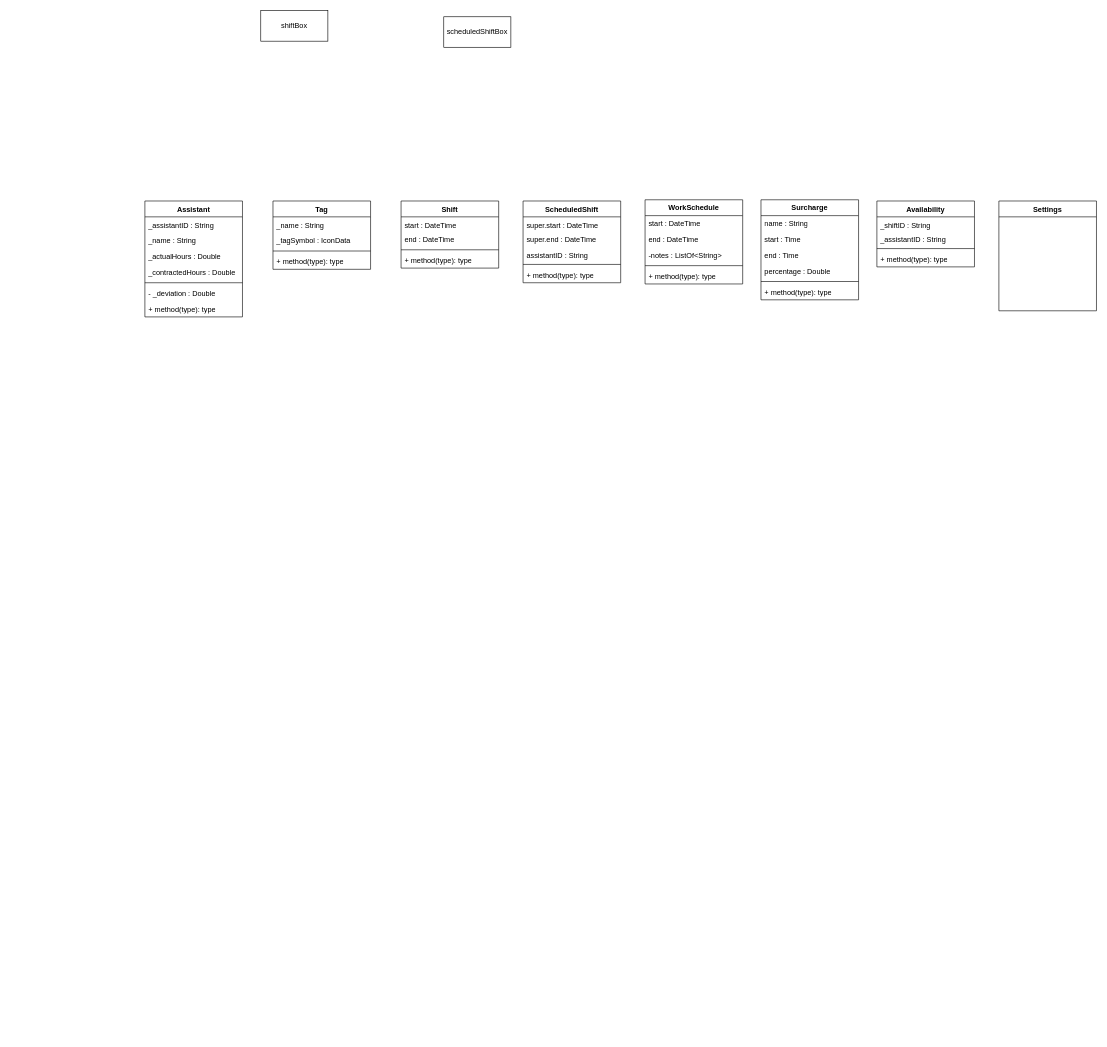
This is 4_Entwurf/4_UML/4_UML_Klassendiagramme/Klassendiagramm_Feinentwurf.drawio from annikalenneper/praxisprojekt_mi_bachelor_SoSe24, a draw.io file, before an edit. Source tidied: cells renumbered, new cells numbered last; positions are measured from the earlier drawing's top-left corner, leaving out a move shared by most shapes. Both pictures are drawn from the tidied source at 61%, with x=0, y=0 at pixel (145, 10).
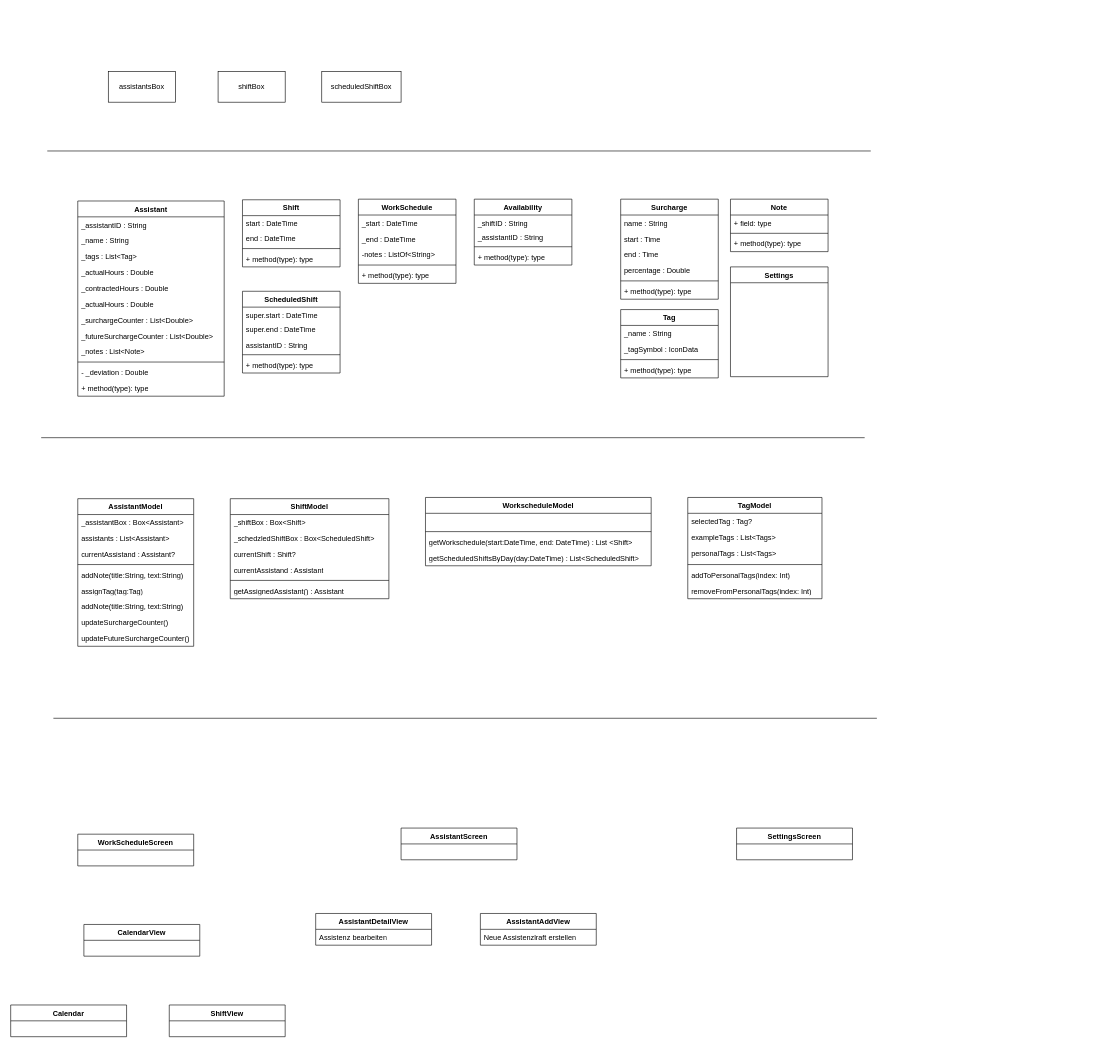
The same page after the edit.

Change to the diagram source:
```diff
@@
     <mxCell id="2" value="Settings" style="swimlane;fontStyle=1;align=center;verticalAlign=top;horizontal=1;startSize=26;rounded=0;shadow=0;strokeWidth=1;" parent="1" vertex="1">
-      <mxGeometry x="1400" y="312" width="160" height="180" as="geometry" />
+      <mxGeometry x="960" y="420" width="160" height="180" as="geometry" />
     </mxCell>
     <mxCell id="3" value="&lt;span style=&quot;text-wrap-mode: nowrap;&quot;&gt;Surcharge&lt;/span&gt;" style="swimlane;fontStyle=1;align=center;verticalAlign=top;horizontal=1;startSize=26;whiteSpace=wrap;html=1;" parent="1" vertex="1">
-      <mxGeometry x="1010" y="310" width="160" height="164" as="geometry" />
+      <mxGeometry x="780" y="309" width="160" height="164" as="geometry" />
     </mxCell>
@@
     <mxCell id="10" value="WorkSchedule" style="swimlane;fontStyle=1;align=center;verticalAlign=top;horizontal=1;startSize=26;whiteSpace=wrap;html=1;" parent="1" vertex="1">
-      <mxGeometry x="820" y="310" width="160" height="138" as="geometry" />
+      <mxGeometry x="350" y="309" width="160" height="138" as="geometry" />
     </mxCell>
-    <mxCell id="11" value="start : DateTime " style="text;align=left;verticalAlign=top;spacingLeft=4;spacingRight=4;overflow=hidden;rounded=0;shadow=0;html=0;" parent="10" vertex="1">
+    <mxCell id="11" value="_start : DateTime " style="text;align=left;verticalAlign=top;spacingLeft=4;spacingRight=4;overflow=hidden;rounded=0;shadow=0;html=0;" parent="10" vertex="1">
       <mxGeometry y="26" width="160" height="26" as="geometry" />
     </mxCell>
-    <mxCell id="12" value="end : DateTime" style="text;align=left;verticalAlign=top;spacingLeft=4;spacingRight=4;overflow=hidden;rounded=0;shadow=0;html=0;" parent="10" vertex="1">
+    <mxCell id="12" value="_end : DateTime" style="text;align=left;verticalAlign=top;spacingLeft=4;spacingRight=4;overflow=hidden;rounded=0;shadow=0;html=0;" parent="10" vertex="1">
       <mxGeometry y="52" width="160" height="26" as="geometry" />
     </mxCell>
@@
     <mxCell id="16" value="Shift" style="swimlane;fontStyle=1;align=center;verticalAlign=top;horizontal=1;startSize=26;whiteSpace=wrap;html=1;" parent="1" vertex="1">
-      <mxGeometry x="420" y="312" width="160" height="110" as="geometry" />
+      <mxGeometry x="160" y="310" width="160" height="110" as="geometry" />
     </mxCell>
@@
     <mxCell id="21" value="ScheduledShift" style="swimlane;fontStyle=1;align=center;verticalAlign=top;horizontal=1;startSize=26;whiteSpace=wrap;html=1;" parent="1" vertex="1">
-      <mxGeometry x="620" y="312" width="160" height="134" as="geometry" />
+      <mxGeometry x="160" y="460" width="160" height="134" as="geometry" />
     </mxCell>
@@
     <mxCell id="27" value="Tag" style="swimlane;fontStyle=1;align=center;verticalAlign=top;horizontal=1;startSize=26;whiteSpace=wrap;html=1;" parent="1" vertex="1">
-      <mxGeometry x="210" y="312" width="160" height="112" as="geometry" />
+      <mxGeometry x="780" y="490" width="160" height="112" as="geometry" />
     </mxCell>
@@
     <mxCell id="32" value="Assistant" style="swimlane;fontStyle=1;align=center;verticalAlign=top;horizontal=1;startSize=26;whiteSpace=wrap;html=1;" parent="1" vertex="1">
-      <mxGeometry y="312" width="160" height="190" as="geometry" />
+      <mxGeometry x="-110" y="312" width="240" height="320" as="geometry" />
     </mxCell>
     <mxCell id="33" value="_assistantID : String" style="text;align=left;verticalAlign=top;spacingLeft=4;spacingRight=4;overflow=hidden;" parent="32" vertex="1">
-      <mxGeometry y="26" width="160" height="26" as="geometry" />
+      <mxGeometry y="26" width="240" height="26" as="geometry" />
     </mxCell>
     <mxCell id="34" value="_name : String" style="text;align=left;verticalAlign=top;spacingLeft=4;spacingRight=4;overflow=hidden;rounded=0;shadow=0;html=0;" parent="32" vertex="1">
-      <mxGeometry y="52" width="160" height="26" as="geometry" />
+      <mxGeometry y="52" width="240" height="26" as="geometry" />
     </mxCell>
+    <mxCell id="47" value="_tags : List&lt;Tag&gt;" style="text;align=left;verticalAlign=top;spacingLeft=4;spacingRight=4;overflow=hidden;rounded=0;shadow=0;html=0;" parent="32" vertex="1">
+      <mxGeometry y="78" width="240" height="26" as="geometry" />
+    </mxCell>
     <mxCell id="35" value="_actualHours : Double" style="text;align=left;verticalAlign=top;spacingLeft=4;spacingRight=4;overflow=hidden;rounded=0;shadow=0;html=0;" parent="32" vertex="1">
-      <mxGeometry y="78" width="160" height="26" as="geometry" />
+      <mxGeometry y="104" width="240" height="26" as="geometry" />
     </mxCell>
     <mxCell id="36" value="_contractedHours : Double" style="text;align=left;verticalAlign=top;spacingLeft=4;spacingRight=4;overflow=hidden;rounded=0;shadow=0;html=0;" parent="32" vertex="1">
-      <mxGeometry y="104" width="160" height="26" as="geometry" />
+      <mxGeometry y="130" width="240" height="26" as="geometry" />
     </mxCell>
+    <mxCell id="48" value="_actualHours : Double" style="text;align=left;verticalAlign=top;spacingLeft=4;spacingRight=4;overflow=hidden;rounded=0;shadow=0;html=0;" parent="32" vertex="1">
+      <mxGeometry y="156" width="240" height="26" as="geometry" />
+    </mxCell>
+    <mxCell id="49" value="_surchargeCounter : List&lt;Double&gt;" style="text;align=left;verticalAlign=top;spacingLeft=4;spacingRight=4;overflow=hidden;rounded=0;shadow=0;html=0;" parent="32" vertex="1">
+      <mxGeometry y="182" width="240" height="26" as="geometry" />
+    </mxCell>
+    <mxCell id="50" value="_futureSurchargeCounter : List&lt;Double&gt;" style="text;align=left;verticalAlign=top;spacingLeft=4;spacingRight=4;overflow=hidden;rounded=0;shadow=0;html=0;" parent="32" vertex="1">
+      <mxGeometry y="208" width="240" height="26" as="geometry" />
+    </mxCell>
+    <mxCell id="51" value="_notes : List&lt;Note&gt;" style="text;align=left;verticalAlign=top;spacingLeft=4;spacingRight=4;overflow=hidden;rounded=0;shadow=0;html=0;" parent="32" vertex="1">
+      <mxGeometry y="234" width="240" height="26" as="geometry" />
+    </mxCell>
     <mxCell id="37" style="line;strokeWidth=1;fillColor=none;align=left;verticalAlign=middle;spacingTop=-1;spacingLeft=3;spacingRight=3;labelPosition=right;strokeColor=inherit;" parent="32" vertex="1">
-      <mxGeometry y="130" width="160" height="8" as="geometry" />
+      <mxGeometry y="260" width="240" height="8" as="geometry" />
     </mxCell>
     <mxCell id="38" value="- _deviation : Double" style="text;align=left;verticalAlign=top;spacingLeft=4;spacingRight=4;overflow=hidden;rounded=0;shadow=0;html=0;" parent="32" vertex="1">
-      <mxGeometry y="138" width="160" height="26" as="geometry" />
+      <mxGeometry y="268" width="240" height="26" as="geometry" />
     </mxCell>
     <mxCell id="39" value="+ method(type): type" style="text;strokeColor=none;fillColor=none;align=left;verticalAlign=top;spacingLeft=4;spacingRight=4;overflow=hidden;whiteSpace=wrap;html=1;" parent="32" vertex="1">
-      <mxGeometry y="164" width="160" height="26" as="geometry" />
+      <mxGeometry y="294" width="240" height="26" as="geometry" />
     </mxCell>
     <mxCell id="40" value="Availability" style="swimlane;fontStyle=1;align=center;verticalAlign=top;horizontal=1;startSize=26;whiteSpace=wrap;html=1;" parent="1" vertex="1">
-      <mxGeometry x="1200" y="312" width="160" height="108" as="geometry" />
+      <mxGeometry x="540" y="309" width="160" height="108" as="geometry" />
     </mxCell>
@@
     <mxCell id="45" value="shiftBox" style="html=1;whiteSpace=wrap;" parent="1" vertex="1">
-      <mxGeometry x="190" width="110" height="50" as="geometry" />
+      <mxGeometry x="120" y="100" width="110" height="50" as="geometry" />
     </mxCell>
     <mxCell id="46" value="scheduledShiftBox" style="html=1;whiteSpace=wrap;" parent="1" vertex="1">
-      <mxGeometry x="490" y="10" width="110" height="50" as="geometry" />
+      <mxGeometry x="290" y="100" width="130" height="50" as="geometry" />
     </mxCell>
+    <mxCell id="52" value="assistantsBox" style="html=1;whiteSpace=wrap;" parent="1" vertex="1">
+      <mxGeometry x="-60" y="100" width="110" height="50" as="geometry" />
+    </mxCell>
+    <mxCell id="53" value="AssistantModel" style="swimlane;fontStyle=1;align=center;verticalAlign=top;horizontal=1;startSize=26;whiteSpace=wrap;html=1;" parent="1" vertex="1">
+      <mxGeometry x="-110" y="800" width="190" height="242" as="geometry" />
+    </mxCell>
+    <mxCell id="54" value="_assistantBox : Box&amp;lt;Assistant&amp;gt;" style="text;strokeColor=none;fillColor=none;align=left;verticalAlign=top;spacingLeft=4;spacingRight=4;overflow=hidden;whiteSpace=wrap;html=1;" parent="53" vertex="1">
+      <mxGeometry y="26" width="190" height="26" as="geometry" />
+    </mxCell>
+    <mxCell id="55" value="assistants : List&amp;lt;Assistant&amp;gt;" style="text;strokeColor=none;fillColor=none;align=left;verticalAlign=top;spacingLeft=4;spacingRight=4;overflow=hidden;whiteSpace=wrap;html=1;" parent="53" vertex="1">
+      <mxGeometry y="52" width="190" height="26" as="geometry" />
+    </mxCell>
+    <mxCell id="56" value="currentAssistand : Assistant?" style="text;strokeColor=none;fillColor=none;align=left;verticalAlign=top;spacingLeft=4;spacingRight=4;overflow=hidden;whiteSpace=wrap;html=1;" parent="53" vertex="1">
+      <mxGeometry y="78" width="190" height="26" as="geometry" />
+    </mxCell>
+    <mxCell id="57" style="line;strokeWidth=1;fillColor=none;align=left;verticalAlign=middle;spacingTop=-1;spacingLeft=3;spacingRight=3;labelPosition=right;strokeColor=inherit;" parent="53" vertex="1">
+      <mxGeometry y="104" width="190" height="8" as="geometry" />
+    </mxCell>
+    <mxCell id="58" value="addNote(title:String, text:String)" style="text;strokeColor=none;fillColor=none;align=left;verticalAlign=top;spacingLeft=4;spacingRight=4;overflow=hidden;whiteSpace=wrap;html=1;" parent="53" vertex="1">
+      <mxGeometry y="112" width="190" height="26" as="geometry" />
+    </mxCell>
+    <mxCell id="59" value="assignTag(tag:Tag)" style="text;strokeColor=none;fillColor=none;align=left;verticalAlign=top;spacingLeft=4;spacingRight=4;overflow=hidden;whiteSpace=wrap;html=1;" parent="53" vertex="1">
+      <mxGeometry y="138" width="190" height="26" as="geometry" />
+    </mxCell>
+    <mxCell id="60" value="addNote(title:String, text:String)" style="text;strokeColor=none;fillColor=none;align=left;verticalAlign=top;spacingLeft=4;spacingRight=4;overflow=hidden;whiteSpace=wrap;html=1;" parent="53" vertex="1">
+      <mxGeometry y="164" width="190" height="26" as="geometry" />
+    </mxCell>
+    <mxCell id="61" value="updateSurchargeCounter()" style="text;strokeColor=none;fillColor=none;align=left;verticalAlign=top;spacingLeft=4;spacingRight=4;overflow=hidden;whiteSpace=wrap;html=1;" parent="53" vertex="1">
+      <mxGeometry y="190" width="190" height="26" as="geometry" />
+    </mxCell>
+    <mxCell id="62" value="updateFutureSurchargeCounter()" style="text;strokeColor=none;fillColor=none;align=left;verticalAlign=top;spacingLeft=4;spacingRight=4;overflow=hidden;whiteSpace=wrap;html=1;" parent="53" vertex="1">
+      <mxGeometry y="216" width="190" height="26" as="geometry" />
+    </mxCell>
+    <mxCell id="63" value="Note" style="swimlane;fontStyle=1;align=center;verticalAlign=top;horizontal=1;startSize=26;whiteSpace=wrap;html=1;" parent="1" vertex="1">
+      <mxGeometry x="960" y="309" width="160" height="86" as="geometry" />
+    </mxCell>
+    <mxCell id="64" value="+ field: type" style="text;strokeColor=none;fillColor=none;align=left;verticalAlign=top;spacingLeft=4;spacingRight=4;overflow=hidden;whiteSpace=wrap;html=1;" parent="63" vertex="1">
+      <mxGeometry y="26" width="160" height="26" as="geometry" />
+    </mxCell>
+    <mxCell id="65" style="line;strokeWidth=1;fillColor=none;align=left;verticalAlign=middle;spacingTop=-1;spacingLeft=3;spacingRight=3;labelPosition=right;strokeColor=inherit;" parent="63" vertex="1">
+      <mxGeometry y="52" width="160" height="8" as="geometry" />
+    </mxCell>
+    <mxCell id="66" value="+ method(type): type" style="text;strokeColor=none;fillColor=none;align=left;verticalAlign=top;spacingLeft=4;spacingRight=4;overflow=hidden;whiteSpace=wrap;html=1;" parent="63" vertex="1">
+      <mxGeometry y="60" width="160" height="26" as="geometry" />
+    </mxCell>
+    <mxCell id="67" value="ShiftModel" style="swimlane;fontStyle=1;align=center;verticalAlign=top;horizontal=1;startSize=26;whiteSpace=wrap;html=1;" parent="1" vertex="1">
+      <mxGeometry x="140" y="800" width="260" height="164" as="geometry" />
+    </mxCell>
+    <mxCell id="68" value="_shiftBox : Box&amp;lt;Shift&amp;gt;" style="text;strokeColor=none;fillColor=none;align=left;verticalAlign=top;spacingLeft=4;spacingRight=4;overflow=hidden;whiteSpace=wrap;html=1;" parent="67" vertex="1">
+      <mxGeometry y="26" width="260" height="26" as="geometry" />
+    </mxCell>
+    <mxCell id="69" value="_schedzledShiftBox : Box&amp;lt;ScheduledShift&amp;gt;" style="text;strokeColor=none;fillColor=none;align=left;verticalAlign=top;spacingLeft=4;spacingRight=4;overflow=hidden;whiteSpace=wrap;html=1;" parent="67" vertex="1">
+      <mxGeometry y="52" width="260" height="26" as="geometry" />
+    </mxCell>
+    <mxCell id="70" value="currentShift : Shift?" style="text;strokeColor=none;fillColor=none;align=left;verticalAlign=top;spacingLeft=4;spacingRight=4;overflow=hidden;whiteSpace=wrap;html=1;" parent="67" vertex="1">
+      <mxGeometry y="78" width="260" height="26" as="geometry" />
+    </mxCell>
+    <mxCell id="71" value="currentAssistand : Assistant" style="text;strokeColor=none;fillColor=none;align=left;verticalAlign=top;spacingLeft=4;spacingRight=4;overflow=hidden;whiteSpace=wrap;html=1;" parent="67" vertex="1">
+      <mxGeometry y="104" width="260" height="26" as="geometry" />
+    </mxCell>
+    <mxCell id="72" style="line;strokeWidth=1;fillColor=none;align=left;verticalAlign=middle;spacingTop=-1;spacingLeft=3;spacingRight=3;labelPosition=right;strokeColor=inherit;" parent="67" vertex="1">
+      <mxGeometry y="130" width="260" height="8" as="geometry" />
+    </mxCell>
+    <mxCell id="73" value="getAssignedAssistant() : Assistant" style="text;strokeColor=none;fillColor=none;align=left;verticalAlign=top;spacingLeft=4;spacingRight=4;overflow=hidden;whiteSpace=wrap;html=1;" parent="67" vertex="1">
+      <mxGeometry y="138" width="260" height="26" as="geometry" />
+    </mxCell>
+    <mxCell id="74" value="WorkscheduleModel" style="swimlane;fontStyle=1;align=center;verticalAlign=top;horizontal=1;startSize=26;whiteSpace=wrap;html=1;" parent="1" vertex="1">
+      <mxGeometry x="460" y="798" width="370" height="112" as="geometry" />
+    </mxCell>
+    <mxCell id="75" value="&amp;nbsp;&amp;nbsp;" style="text;strokeColor=none;fillColor=none;align=left;verticalAlign=top;spacingLeft=4;spacingRight=4;overflow=hidden;whiteSpace=wrap;html=1;" parent="74" vertex="1">
+      <mxGeometry y="26" width="370" height="26" as="geometry" />
+    </mxCell>
+    <mxCell id="76" style="line;strokeWidth=1;fillColor=none;align=left;verticalAlign=middle;spacingTop=-1;spacingLeft=3;spacingRight=3;labelPosition=right;strokeColor=inherit;" parent="74" vertex="1">
+      <mxGeometry y="52" width="370" height="8" as="geometry" />
+    </mxCell>
+    <mxCell id="77" value="getWorkschedule(start:DateTime, end: DateTime) : List &amp;lt;Shift&amp;gt;" style="text;strokeColor=none;fillColor=none;align=left;verticalAlign=top;spacingLeft=4;spacingRight=4;overflow=hidden;whiteSpace=wrap;html=1;" parent="74" vertex="1">
+      <mxGeometry y="60" width="370" height="26" as="geometry" />
+    </mxCell>
+    <mxCell id="78" value="getScheduledShiftsByDay(day:DateTime) : List&amp;lt;ScheduledShift&amp;gt;" style="text;strokeColor=none;fillColor=none;align=left;verticalAlign=top;spacingLeft=4;spacingRight=4;overflow=hidden;whiteSpace=wrap;html=1;" parent="74" vertex="1">
+      <mxGeometry y="86" width="370" height="26" as="geometry" />
+    </mxCell>
+    <mxCell id="79" value="TagModel" style="swimlane;fontStyle=1;align=center;verticalAlign=top;horizontal=1;startSize=26;whiteSpace=wrap;html=1;" parent="1" vertex="1">
+      <mxGeometry x="890" y="798" width="220" height="166" as="geometry" />
+    </mxCell>
+    <mxCell id="80" value="selectedTag : Tag?" style="text;align=left;verticalAlign=top;spacingLeft=4;spacingRight=4;overflow=hidden;rounded=0;shadow=0;html=0;" parent="79" vertex="1">
+      <mxGeometry y="26" width="220" height="26" as="geometry" />
+    </mxCell>
+    <mxCell id="81" value="exampleTags : List&lt;Tags&gt;" style="text;align=left;verticalAlign=top;spacingLeft=4;spacingRight=4;overflow=hidden;rounded=0;shadow=0;html=0;" parent="79" vertex="1">
+      <mxGeometry y="52" width="220" height="26" as="geometry" />
+    </mxCell>
+    <mxCell id="82" value="personalTags : List&lt;Tags&gt;" style="text;align=left;verticalAlign=top;spacingLeft=4;spacingRight=4;overflow=hidden;rounded=0;shadow=0;html=0;" parent="79" vertex="1">
+      <mxGeometry y="78" width="220" height="28" as="geometry" />
+    </mxCell>
+    <mxCell id="83" style="line;strokeWidth=1;fillColor=none;align=left;verticalAlign=middle;spacingTop=-1;spacingLeft=3;spacingRight=3;labelPosition=right;strokeColor=inherit;" parent="79" vertex="1">
+      <mxGeometry y="106" width="220" height="8" as="geometry" />
+    </mxCell>
+    <mxCell id="84" value="addToPersonalTags(index: Int)" style="text;strokeColor=none;fillColor=none;align=left;verticalAlign=top;spacingLeft=4;spacingRight=4;overflow=hidden;whiteSpace=wrap;html=1;" parent="79" vertex="1">
+      <mxGeometry y="114" width="220" height="26" as="geometry" />
+    </mxCell>
+    <mxCell id="85" value="removeFromPersonalTags(index: Int)" style="text;strokeColor=none;fillColor=none;align=left;verticalAlign=top;spacingLeft=4;spacingRight=4;overflow=hidden;whiteSpace=wrap;html=1;" parent="79" vertex="1">
+      <mxGeometry y="140" width="220" height="26" as="geometry" />
+    </mxCell>
+    <mxCell id="86" value="WorkScheduleScreen" style="swimlane;fontStyle=1;align=center;verticalAlign=top;horizontal=1;startSize=26;whiteSpace=wrap;html=1;" parent="1" vertex="1">
+      <mxGeometry x="-110" y="1350" width="190" height="52" as="geometry" />
+    </mxCell>
+    <mxCell id="87" value="CalendarView" style="swimlane;fontStyle=1;align=center;verticalAlign=top;horizontal=1;startSize=26;whiteSpace=wrap;html=1;" parent="1" vertex="1">
+      <mxGeometry x="-100" y="1498" width="190" height="52" as="geometry" />
+    </mxCell>
+    <mxCell id="88" value="Calendar" style="swimlane;fontStyle=1;align=center;verticalAlign=top;horizontal=1;startSize=26;whiteSpace=wrap;html=1;" parent="1" vertex="1">
+      <mxGeometry x="-220" y="1630" width="190" height="52" as="geometry" />
+    </mxCell>
+    <mxCell id="89" value="ShiftView" style="swimlane;fontStyle=1;align=center;verticalAlign=top;horizontal=1;startSize=26;whiteSpace=wrap;html=1;" parent="1" vertex="1">
+      <mxGeometry x="40" y="1630" width="190" height="52" as="geometry" />
+    </mxCell>
+    <mxCell id="90" value="AssistantScreen" style="swimlane;fontStyle=1;align=center;verticalAlign=top;horizontal=1;startSize=26;whiteSpace=wrap;html=1;" parent="1" vertex="1">
+      <mxGeometry x="420" y="1340" width="190" height="52" as="geometry" />
+    </mxCell>
+    <mxCell id="91" value="AssistantDetailView" style="swimlane;fontStyle=1;align=center;verticalAlign=top;horizontal=1;startSize=26;whiteSpace=wrap;html=1;" parent="1" vertex="1">
+      <mxGeometry x="280" y="1480" width="190" height="52" as="geometry" />
+    </mxCell>
+    <mxCell id="92" value="Assistenz bearbeiten" style="text;strokeColor=none;fillColor=none;align=left;verticalAlign=top;spacingLeft=4;spacingRight=4;overflow=hidden;whiteSpace=wrap;html=1;" parent="91" vertex="1">
+      <mxGeometry y="26" width="190" height="26" as="geometry" />
+    </mxCell>
+    <mxCell id="93" value="AssistantAddView" style="swimlane;fontStyle=1;align=center;verticalAlign=top;horizontal=1;startSize=26;whiteSpace=wrap;html=1;" parent="1" vertex="1">
+      <mxGeometry x="550" y="1480" width="190" height="52" as="geometry" />
+    </mxCell>
+    <mxCell id="94" value="Neue Assistenzlraft erstellen" style="text;strokeColor=none;fillColor=none;align=left;verticalAlign=top;spacingLeft=4;spacingRight=4;overflow=hidden;whiteSpace=wrap;html=1;" parent="93" vertex="1">
+      <mxGeometry y="26" width="190" height="26" as="geometry" />
+    </mxCell>
+    <mxCell id="95" style="endArrow=none;html=1;rounded=0;" parent="1" edge="1">
+      <mxGeometry relative="1" as="geometry">
+        <mxPoint x="-150" y="1160" as="sourcePoint" />
+        <mxPoint x="1200" y="1160" as="targetPoint" />
+      </mxGeometry>
+    </mxCell>
+    <mxCell id="96" style="endArrow=none;html=1;rounded=0;" parent="1" edge="1">
+      <mxGeometry relative="1" as="geometry">
+        <mxPoint x="-170" y="700" as="sourcePoint" />
+        <mxPoint x="1180" y="700" as="targetPoint" />
+      </mxGeometry>
+    </mxCell>
+    <mxCell id="97" style="endArrow=none;html=1;rounded=0;" parent="1" edge="1">
+      <mxGeometry relative="1" as="geometry">
+        <mxPoint x="-160" y="230" as="sourcePoint" />
+        <mxPoint x="1190" y="230" as="targetPoint" />
+      </mxGeometry>
+    </mxCell>
+    <mxCell id="98" value="SettingsScreen" style="swimlane;fontStyle=1;align=center;verticalAlign=top;horizontal=1;startSize=26;whiteSpace=wrap;html=1;" parent="1" vertex="1">
+      <mxGeometry x="970" y="1340" width="190" height="52" as="geometry" />
+    </mxCell>
```
